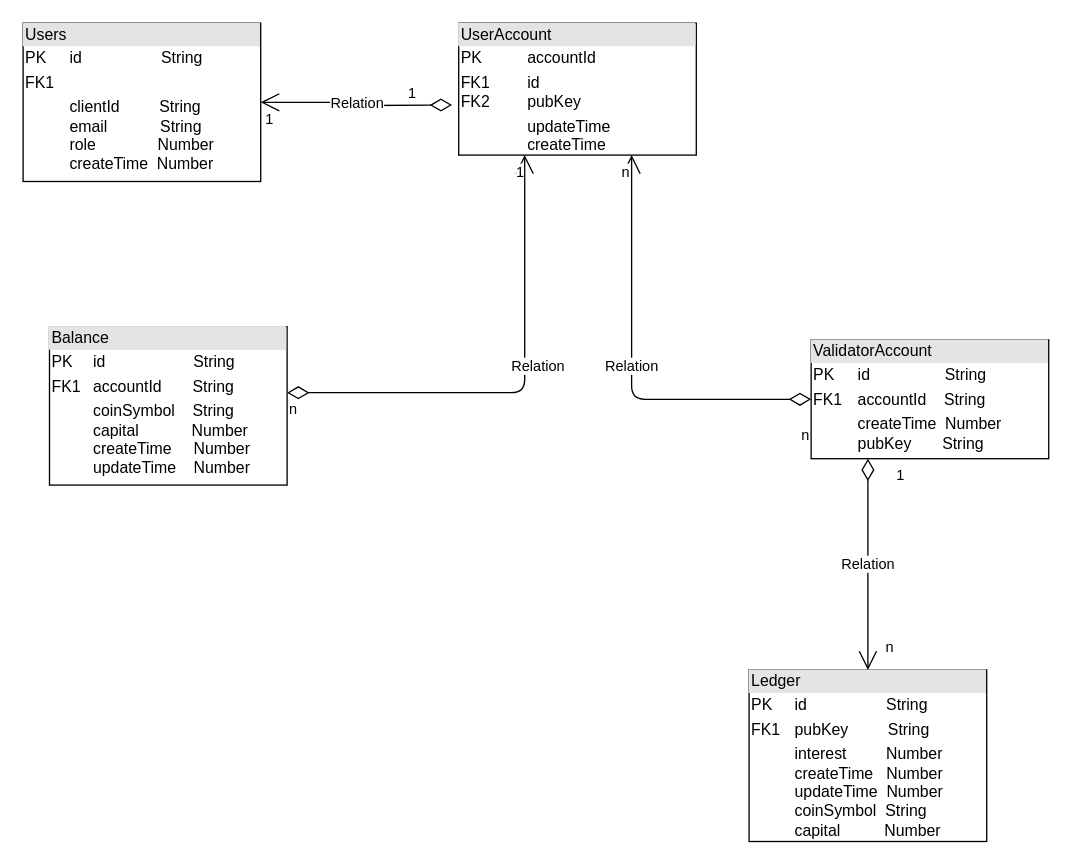
zazhou-cn/hello-world keeps this draw.io diagram as noops table structure.drawio. Above is the earlier version. Source tidied: cells renumbered, new cells numbered last; positions are measured from the earlier drawing's top-left corner, leaving out a move shared by most shapes. Both pictures are drawn from the tidied source at 132%, with x=0, y=0 at pixel (22, 22).
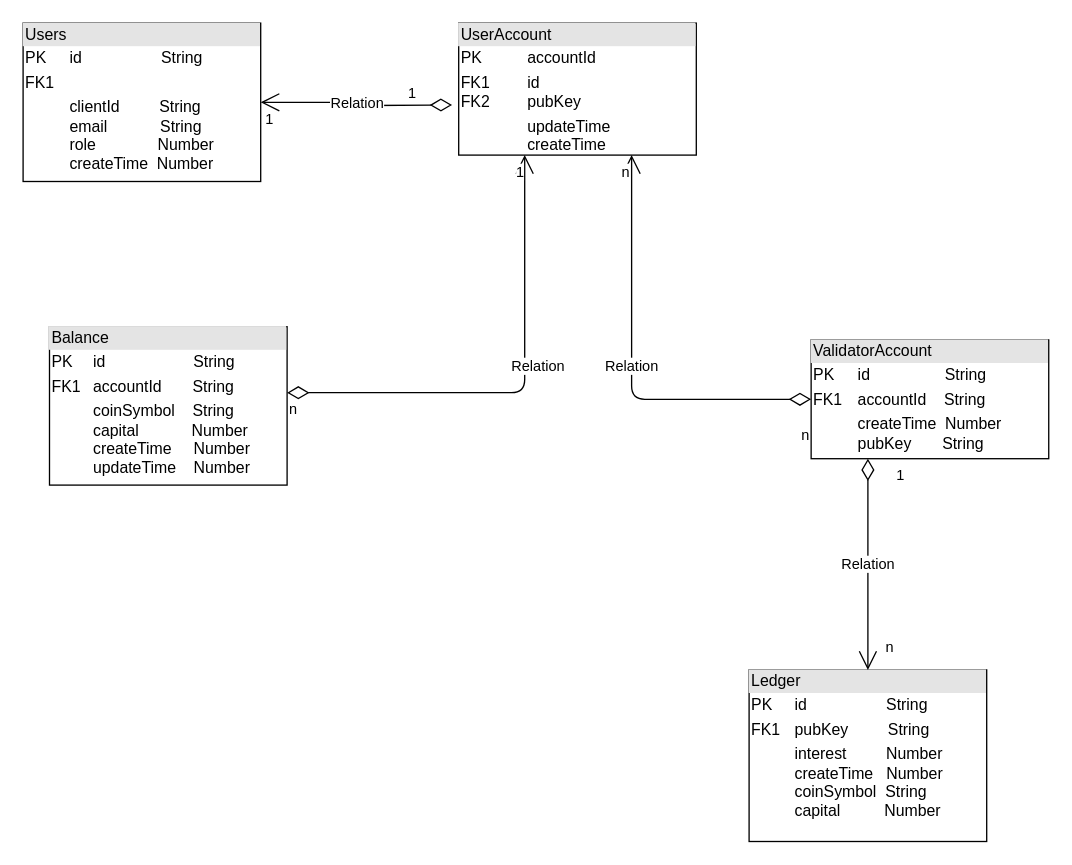
The same diagram, later.

Change to the diagram source:
```diff
@@
-    <mxCell id="10" value="&lt;div style=&quot;box-sizing: border-box ; width: 100% ; background: #e4e4e4 ; padding: 2px&quot;&gt;Ledger&lt;/div&gt;&lt;table style=&quot;width: 100% ; font-size: 1em&quot; cellpadding=&quot;2&quot; cellspacing=&quot;0&quot;&gt;&lt;tbody&gt;&lt;tr&gt;&lt;td&gt;PK&lt;/td&gt;&lt;td&gt;id&amp;nbsp; &amp;nbsp; &amp;nbsp; &amp;nbsp; &amp;nbsp; &amp;nbsp; &amp;nbsp; &amp;nbsp; &amp;nbsp; String&lt;/td&gt;&lt;/tr&gt;&lt;tr&gt;&lt;td&gt;FK1&lt;/td&gt;&lt;td&gt;pubKey&amp;nbsp; &amp;nbsp; &amp;nbsp; &amp;nbsp; &amp;nbsp;String&lt;br&gt;&lt;/td&gt;&lt;/tr&gt;&lt;tr&gt;&lt;td&gt;&lt;/td&gt;&lt;td&gt;interest&amp;nbsp; &amp;nbsp; &amp;nbsp; &amp;nbsp; &amp;nbsp;Number&lt;br&gt;createTime&amp;nbsp; &amp;nbsp;Number&lt;br&gt;updateTime&amp;nbsp; Number&lt;br&gt;coinSymbol&amp;nbsp; String&lt;br&gt;capital&amp;nbsp; &amp;nbsp; &amp;nbsp; &amp;nbsp; &amp;nbsp; Number&lt;/td&gt;&lt;/tr&gt;&lt;/tbody&gt;&lt;/table&gt;" style="verticalAlign=top;align=left;overflow=fill;html=1;" parent="1" vertex="1">
+    <mxCell id="10" value="&lt;div style=&quot;box-sizing: border-box ; width: 100% ; background: #e4e4e4 ; padding: 2px&quot;&gt;Ledger&lt;/div&gt;&lt;table style=&quot;width: 100% ; font-size: 1em&quot; cellpadding=&quot;2&quot; cellspacing=&quot;0&quot;&gt;&lt;tbody&gt;&lt;tr&gt;&lt;td&gt;PK&lt;/td&gt;&lt;td&gt;id&amp;nbsp; &amp;nbsp; &amp;nbsp; &amp;nbsp; &amp;nbsp; &amp;nbsp; &amp;nbsp; &amp;nbsp; &amp;nbsp; String&lt;/td&gt;&lt;/tr&gt;&lt;tr&gt;&lt;td&gt;FK1&lt;/td&gt;&lt;td&gt;pubKey&amp;nbsp; &amp;nbsp; &amp;nbsp; &amp;nbsp; &amp;nbsp;String&lt;br&gt;&lt;/td&gt;&lt;/tr&gt;&lt;tr&gt;&lt;td&gt;&lt;/td&gt;&lt;td&gt;interest&amp;nbsp; &amp;nbsp; &amp;nbsp; &amp;nbsp; &amp;nbsp;Number&lt;br&gt;createTime&amp;nbsp; &amp;nbsp;Number&lt;br&gt;coinSymbol&amp;nbsp; String&lt;br&gt;capital&amp;nbsp; &amp;nbsp; &amp;nbsp; &amp;nbsp; &amp;nbsp; Number&lt;/td&gt;&lt;/tr&gt;&lt;/tbody&gt;&lt;/table&gt;" style="verticalAlign=top;align=left;overflow=fill;html=1;" parent="1" vertex="1">
       <mxGeometry x="550" y="490" width="180" height="130" as="geometry" />
     </mxCell>
```
